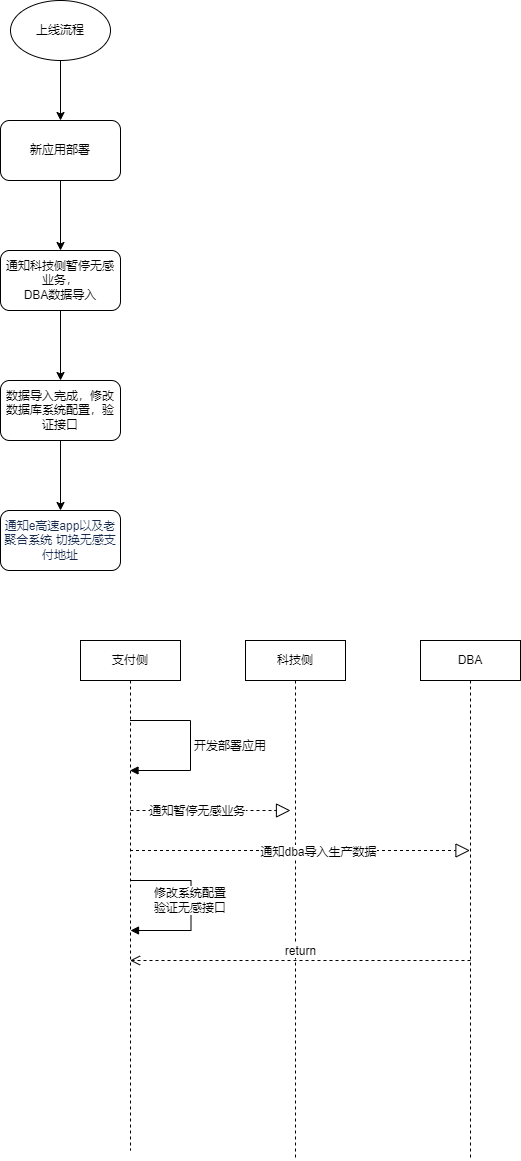
Earlier version of the draw.io export 无感支付上线.png (songyibo2019/mydiagrams). Source tidied: cells renumbered, new cells last; positions are measured from the earlier drawing's top-left corner, leaving out a move shared by most shapes.
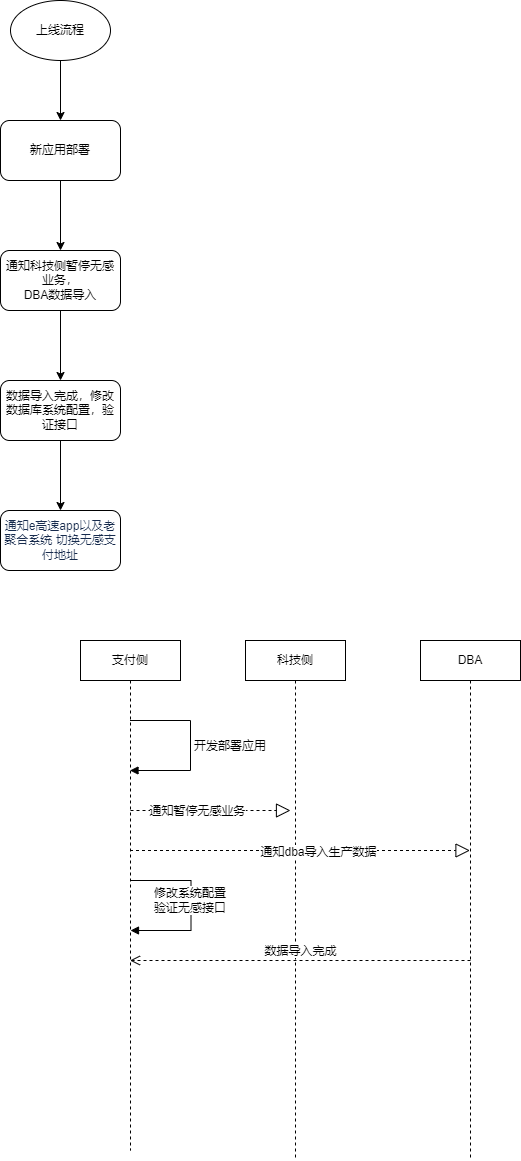
After the change.

Commit message:
Update 无感支付上线.png

Change to the diagram source:
```diff
@@ -77,7 +77,7 @@
         <mxPoint x="1" as="offset" />
       </mxGeometry>
     </mxCell>
-    <mxCell id="20" value="return" style="html=1;verticalAlign=bottom;endArrow=open;dashed=1;endSize=8;rounded=0;fontSize=12;" parent="1" edge="1" target="11">
+    <mxCell id="20" value="数据导入完成" style="html=1;verticalAlign=bottom;endArrow=open;dashed=1;endSize=8;rounded=0;fontSize=12;" parent="1" edge="1" target="11">
       <mxGeometry relative="1" as="geometry">
         <mxPoint x="470" y="960" as="sourcePoint" />
       </mxGeometry>
```
